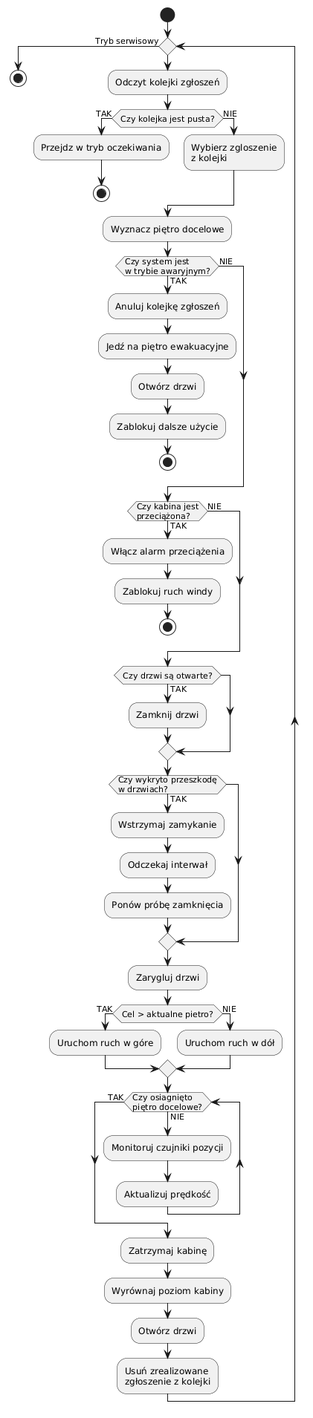
MichalLonski/Projekt-Systemy-Wbudowane keeps this PlantUML diagram as 04 Opis działania systemu/flowchart.png. Above is the earlier version. Source of this version:
```plantuml
@startuml
start

while()
:Odczyt kolejki zgłoszeń;

if (Czy kolejka jest pusta?) then (TAK)
    :Przejdz w tryb oczekiwania;
    stop
else (NIE)
    :Wybierz zgloszenie\nz kolejki;
endif

:Wyznacz piętro docelowe;

if (Czy system jest\nw trybie awaryjnym?) then (TAK)
    :Anuluj kolejkę zgłoszeń;
    :Jedź na piętro ewakuacyjne;
    :Otwórz drzwi;
    :Zablokuj dalsze użycie;
    stop
else (NIE)
endif

if (Czy kabina jest\nprzeciążona?) then (TAK)
    :Włącz alarm przeciążenia;
    :Zablokuj ruch windy;
    stop
else (NIE)
endif

if (Czy drzwi są otwarte?) then (TAK)
    :Zamknij drzwi;
endif

if (Czy wykryto przeszkodę\nw drzwiach?) then (TAK)
    :Wstrzymaj zamykanie;
    :Odczekaj interwał;
    :Ponów próbę zamknięcia;
endif

:Zarygluj drzwi;

if (Cel > aktualne pietro?) then (TAK)
    :Uruchom ruch w góre;
else (NIE)
    :Uruchom ruch w dół;
endif

while (Czy osiagnięto\npiętro docelowe?) is (NIE)
    :Monitoruj czujniki pozycji;
    :Aktualizuj prędkość;
endwhile (TAK)

:Zatrzymaj kabinę;
:Wyrównaj poziom kabiny;
:Otwórz drzwi;
:Usuń zrealizowane\nzgłoszenie z kolejki;
endwhile(Tryb serwisowy)
stop
@enduml
```
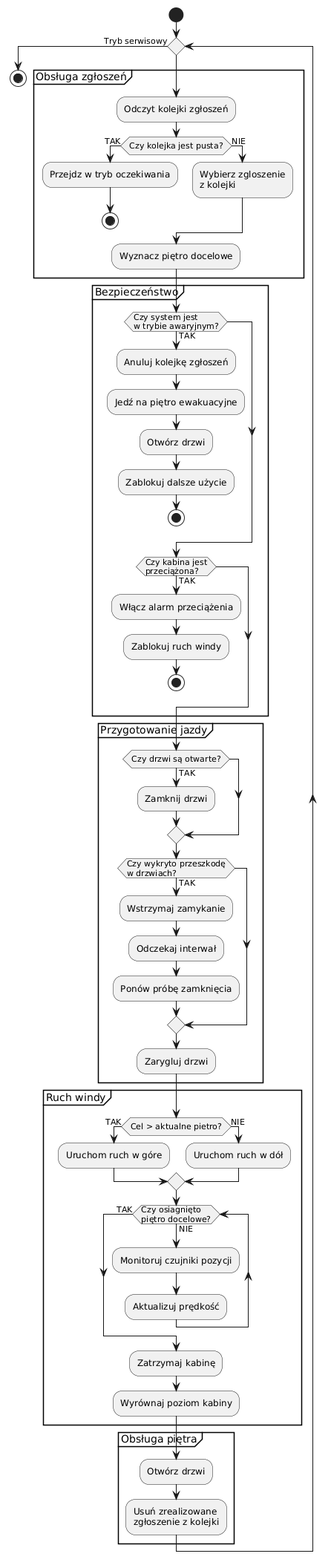
After the change.

What changed in the source:
```diff
@@ -2,60 +2,85 @@
 start
 
 while()
-:Odczyt kolejki zgłoszeń;
 
-if (Czy kolejka jest pusta?) then (TAK)
-    :Przejdz w tryb oczekiwania;
-    stop
-else (NIE)
-    :Wybierz zgloszenie\nz kolejki;
-endif
+partition "Obsługa zgłoszeń" {
 
-:Wyznacz piętro docelowe;
+    :Odczyt kolejki zgłoszeń;
 
-if (Czy system jest\nw trybie awaryjnym?) then (TAK)
-    :Anuluj kolejkę zgłoszeń;
-    :Jedź na piętro ewakuacyjne;
+    if (Czy kolejka jest pusta?) then (TAK)
+        :Przejdz w tryb oczekiwania;
+        stop
+    else (NIE)
+        :Wybierz zgloszenie\nz kolejki;
+    endif
+
+    :Wyznacz piętro docelowe;
+}
+
+partition "Bezpieczeństwo" {
+
+    if (Czy system jest\nw trybie awaryjnym?) then (TAK)
+
+        :Anuluj kolejkę zgłoszeń;
+        :Jedź na piętro ewakuacyjne;
+        :Otwórz drzwi;
+        :Zablokuj dalsze użycie;
+        stop
+
+    endif
+
+    if (Czy kabina jest\nprzeciążona?) then (TAK)
+
+        :Włącz alarm przeciążenia;
+        :Zablokuj ruch windy;
+        stop
+
+    endif
+}
+
+partition "Przygotowanie jazdy" {
+
+    if (Czy drzwi są otwarte?) then (TAK)
+        :Zamknij drzwi;
+    endif
+
+    if (Czy wykryto przeszkodę\nw drzwiach?) then (TAK)
+
+        :Wstrzymaj zamykanie;
+        :Odczekaj interwał;
+        :Ponów próbę zamknięcia;
+
+    endif
+
+    :Zarygluj drzwi;
+}
+
+partition "Ruch windy" {
+
+    if (Cel > aktualne pietro?) then (TAK)
+        :Uruchom ruch w góre;
+    else (NIE)
+        :Uruchom ruch w dół;
+    endif
+
+    while (Czy osiagnięto\npiętro docelowe?) is (NIE)
+
+        :Monitoruj czujniki pozycji;
+        :Aktualizuj prędkość;
+
+    endwhile (TAK)
+
+    :Zatrzymaj kabinę;
+    :Wyrównaj poziom kabiny;
+}
+
+partition "Obsługa piętra" {
+
     :Otwórz drzwi;
-    :Zablokuj dalsze użycie;
-    stop
-else (NIE)
-endif
+    :Usuń zrealizowane\nzgłoszenie z kolejki;
+}
 
-if (Czy kabina jest\nprzeciążona?) then (TAK)
-    :Włącz alarm przeciążenia;
-    :Zablokuj ruch windy;
-    stop
-else (NIE)
-endif
+endwhile(Tryb serwisowy)
 
-if (Czy drzwi są otwarte?) then (TAK)
-    :Zamknij drzwi;
-endif
-
-if (Czy wykryto przeszkodę\nw drzwiach?) then (TAK)
-    :Wstrzymaj zamykanie;
-    :Odczekaj interwał;
-    :Ponów próbę zamknięcia;
-endif
-
-:Zarygluj drzwi;
-
-if (Cel > aktualne pietro?) then (TAK)
-    :Uruchom ruch w góre;
-else (NIE)
-    :Uruchom ruch w dół;
-endif
-
-while (Czy osiagnięto\npiętro docelowe?) is (NIE)
-    :Monitoruj czujniki pozycji;
-    :Aktualizuj prędkość;
-endwhile (TAK)
-
-:Zatrzymaj kabinę;
-:Wyrównaj poziom kabiny;
-:Otwórz drzwi;
-:Usuń zrealizowane\nzgłoszenie z kolejki;
-endwhile(Tryb serwisowy)
 stop
 @enduml
```
